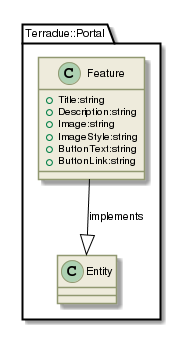
Terradue/doc-tep-geohazards-arch keeps this PlantUML diagram as _images/plantuml-05c97ae9eeca60134523ca736456f22bb2f2224d.png. Above is the earlier version.
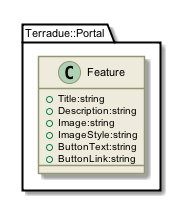
The same file after the commit.

The edit, as a diff of the source:
```diff
@@ -146,6 +146,5 @@
  +ButtonText:string
  +ButtonLink:string
 }
-Terradue::Portal::Feature  --|>  Terradue::Portal::Entity : implements
 
 @enduml
```
